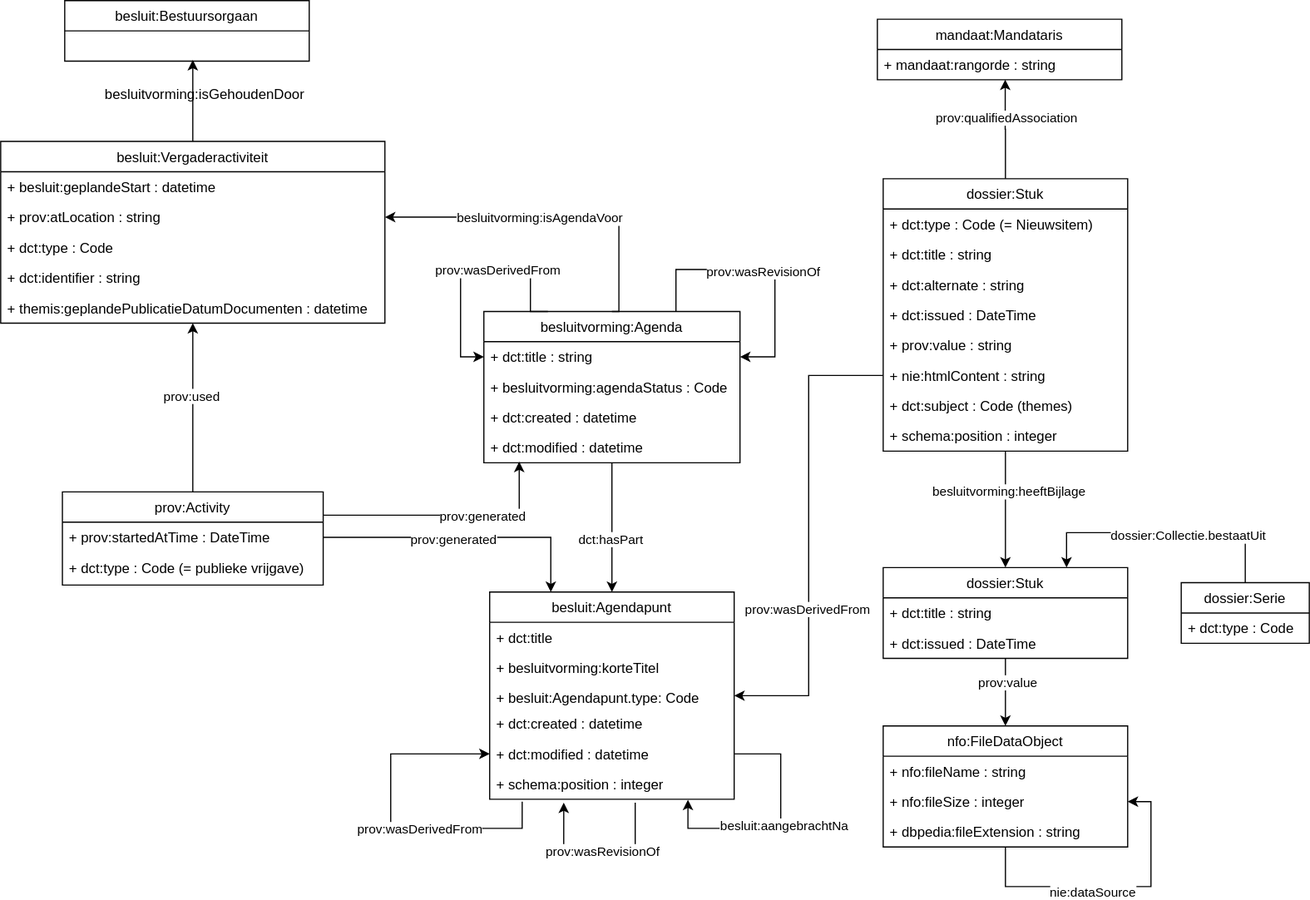
This is public/assets/images/decisions-vr-model.svg from kanselarij-vlaanderen/frontend-themis, a draw.io export, as it was before one commit. Source tidied: cells renumbered, new cells last; positions are measured from the earlier drawing's top-left corner, leaving out a move shared by most shapes.
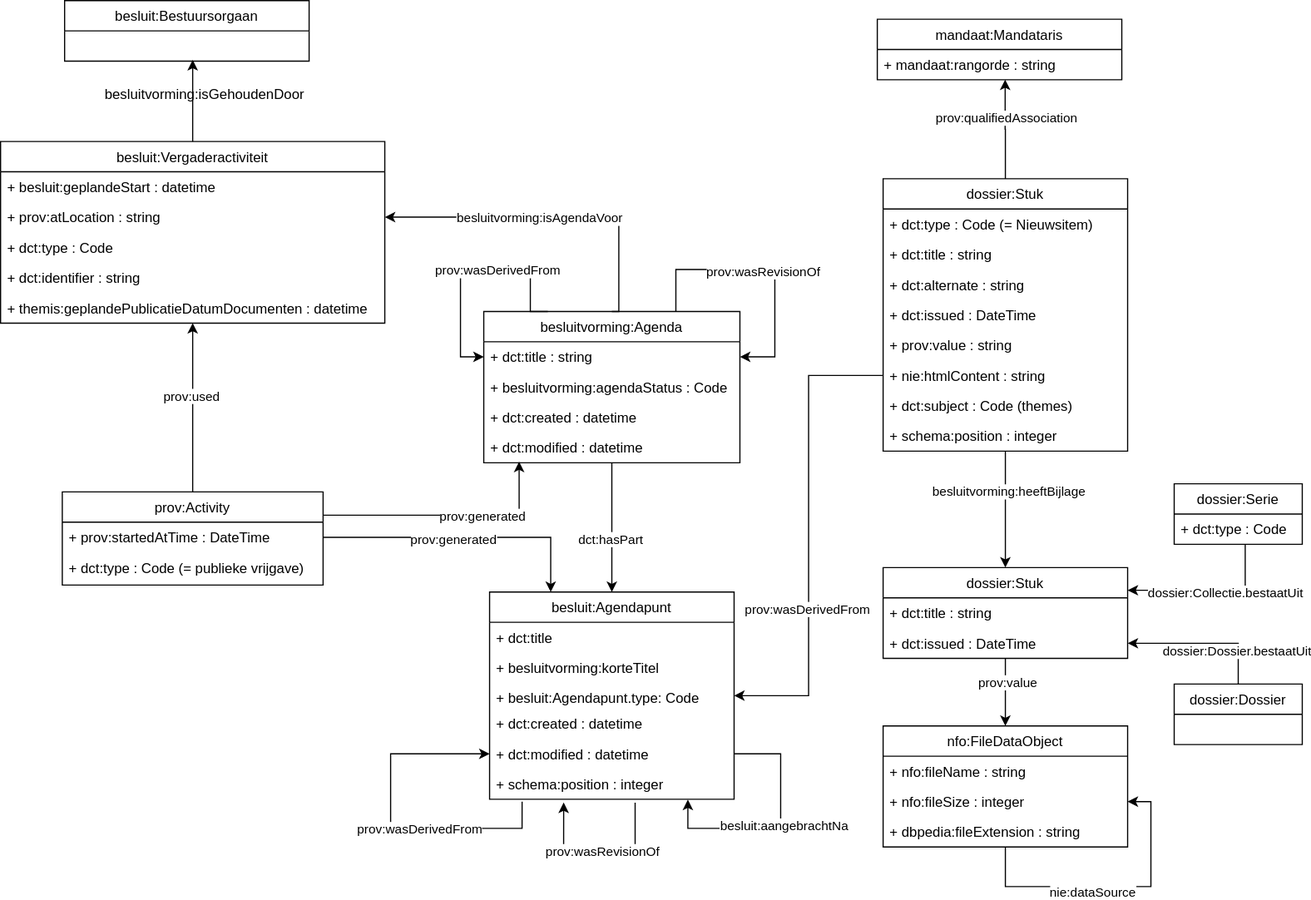
Later version of the same file.

Commit message:
Update decisions model SVG

Diff of the diagram source:
```diff
@@ -53,7 +53,7 @@
     <mxCell id="16" style="edgeStyle=orthogonalEdgeStyle;rounded=0;jettySize=auto;html=1;exitX=0.5;exitY=0;exitDx=0;exitDy=0;entryX=0.523;entryY=0.994;entryDx=0;entryDy=0;startArrow=none;startFill=0;endArrow=classic;endFill=1;fontColor=#FF6600;entryPerimeter=0;" parent="1" edge="1" source="63" target="77">
       <mxGeometry relative="1" as="geometry" />
     </mxCell>
-    <mxCell id="17" value="&lt;font color=&quot;#000000&quot;&gt;prov:qualifiedAssociation&lt;/font&gt;" style="edgeLabel;html=1;align=center;verticalAlign=middle;fontColor=#FF6600;" parent="16" vertex="1">
+    <mxCell id="17" value="&lt;font&gt;prov:qualifiedAssociation&lt;/font&gt;" style="edgeLabel;html=1;align=center;verticalAlign=middle;" parent="16" vertex="1">
       <mxGeometry x="0.25" y="-1" relative="1" as="geometry" />
     </mxCell>
     <mxCell id="18" style="edgeStyle=orthogonalEdgeStyle;rounded=0;jettySize=auto;html=1;exitX=0.5;exitY=0;exitDx=0;exitDy=0;" parent="1" edge="1" source="19">
@@ -259,11 +259,10 @@
     <mxCell id="71" value="+ schema:position : integer" style="text;strokeColor=none;fillColor=none;align=left;verticalAlign=top;spacingLeft=4;spacingRight=4;overflow=hidden;" parent="63" vertex="1">
       <mxGeometry y="208" width="210" height="26" as="geometry" />
     </mxCell>
-    <mxCell id="72" style="edgeStyle=orthogonalEdgeStyle;rounded=0;jettySize=auto;html=1;exitX=0.5;exitY=0;exitDx=0;exitDy=0;entryX=0.75;entryY=0;entryDx=0;entryDy=0;fontColor=#000000;" parent="1" edge="1" source="74" target="25">
+    <mxCell id="72" style="edgeStyle=orthogonalEdgeStyle;rounded=0;jettySize=auto;html=1;entryX=1;entryY=0.25;entryDx=0;entryDy=0;fontColor=#000000;" parent="1" edge="1" source="75" target="25">
       <mxGeometry relative="1" as="geometry">
         <Array as="points">
-          <mxPoint x="1069" y="457" />
-          <mxPoint x="916" y="457" />
+          <mxPoint x="1069" y="507" />
         </Array>
       </mxGeometry>
     </mxCell>
@@ -271,7 +270,7 @@
       <mxGeometry x="-0.18" y="2" relative="1" as="geometry" />
     </mxCell>
     <mxCell id="74" value="dossier:Serie" style="swimlane;fontStyle=0;horizontal=1;startSize=26;fillColor=none;" parent="1" vertex="1">
-      <mxGeometry x="1014" y="500" width="110" height="52" as="geometry" />
+      <mxGeometry x="1008" y="415" width="110" height="52" as="geometry" />
     </mxCell>
     <mxCell id="75" value="+ dct:type : Code" style="text;strokeColor=none;fillColor=none;align=left;verticalAlign=top;spacingLeft=4;spacingRight=4;overflow=hidden;points=[[0,0.5],[1,0.5]];portConstraint=eastwest;" parent="74" vertex="1">
       <mxGeometry y="26" width="110" height="26" as="geometry" />
@@ -282,5 +281,14 @@
     <mxCell id="77" value="+ mandaat:rangorde : string" style="text;strokeColor=none;fillColor=none;align=left;verticalAlign=top;spacingLeft=4;spacingRight=4;overflow=hidden;points=[[0,0.5],[1,0.5]];portConstraint=eastwest;" parent="76" vertex="1">
       <mxGeometry y="26" width="210" height="26" as="geometry" />
     </mxCell>
+    <mxCell id="78" style="edgeStyle=orthogonalEdgeStyle;rounded=0;jettySize=auto;html=1;exitX=0.5;exitY=0;exitDx=0;exitDy=0;entryX=1;entryY=0.5;entryDx=0;entryDy=0;" parent="1" edge="1" source="80" target="27">
+      <mxGeometry relative="1" as="geometry" />
+    </mxCell>
+    <mxCell id="79" value="dossier:Dossier.bestaatUit" style="edgeLabel;html=1;align=center;verticalAlign=middle;" parent="78" vertex="1">
+      <mxGeometry x="-0.56" y="2" relative="1" as="geometry" />
+    </mxCell>
+    <mxCell id="80" value="dossier:Dossier" style="swimlane;fontStyle=0;horizontal=1;startSize=26;fillColor=none;" parent="1" vertex="1">
+      <mxGeometry x="1008" y="587" width="110" height="52" as="geometry" />
+    </mxCell>
   </root>
 </mxGraphModel>
```
